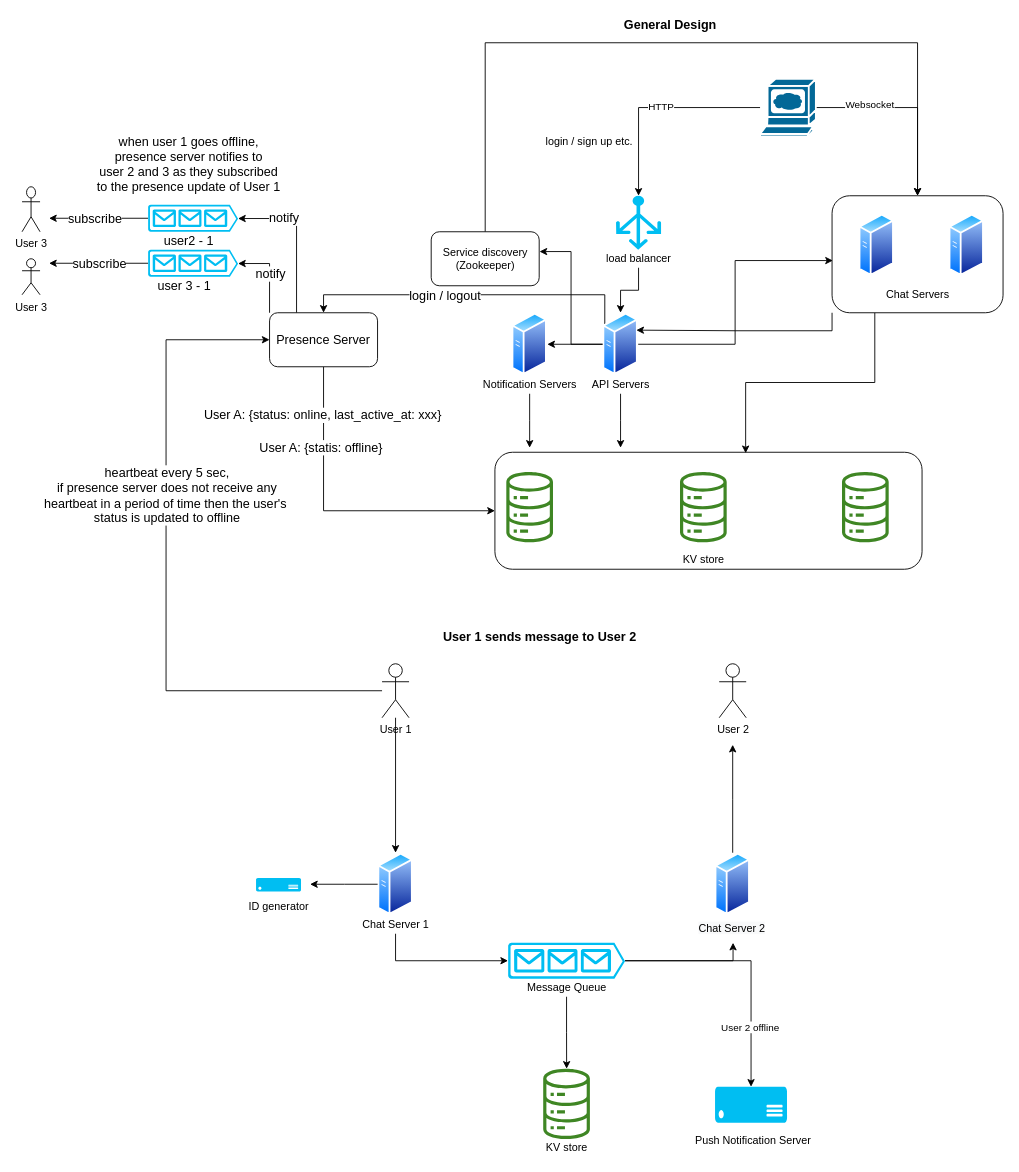
Above: Chat Service.drawio in qiusli/system-design (draw.io), before the change. Source tidied: cells renumbered, new cells numbered last; positions are measured from the earlier drawing's top-left corner, leaving out a move shared by most shapes. Both pictures are drawn from the tidied source at 90%, with x=0, y=0 at pixel (22, 15).
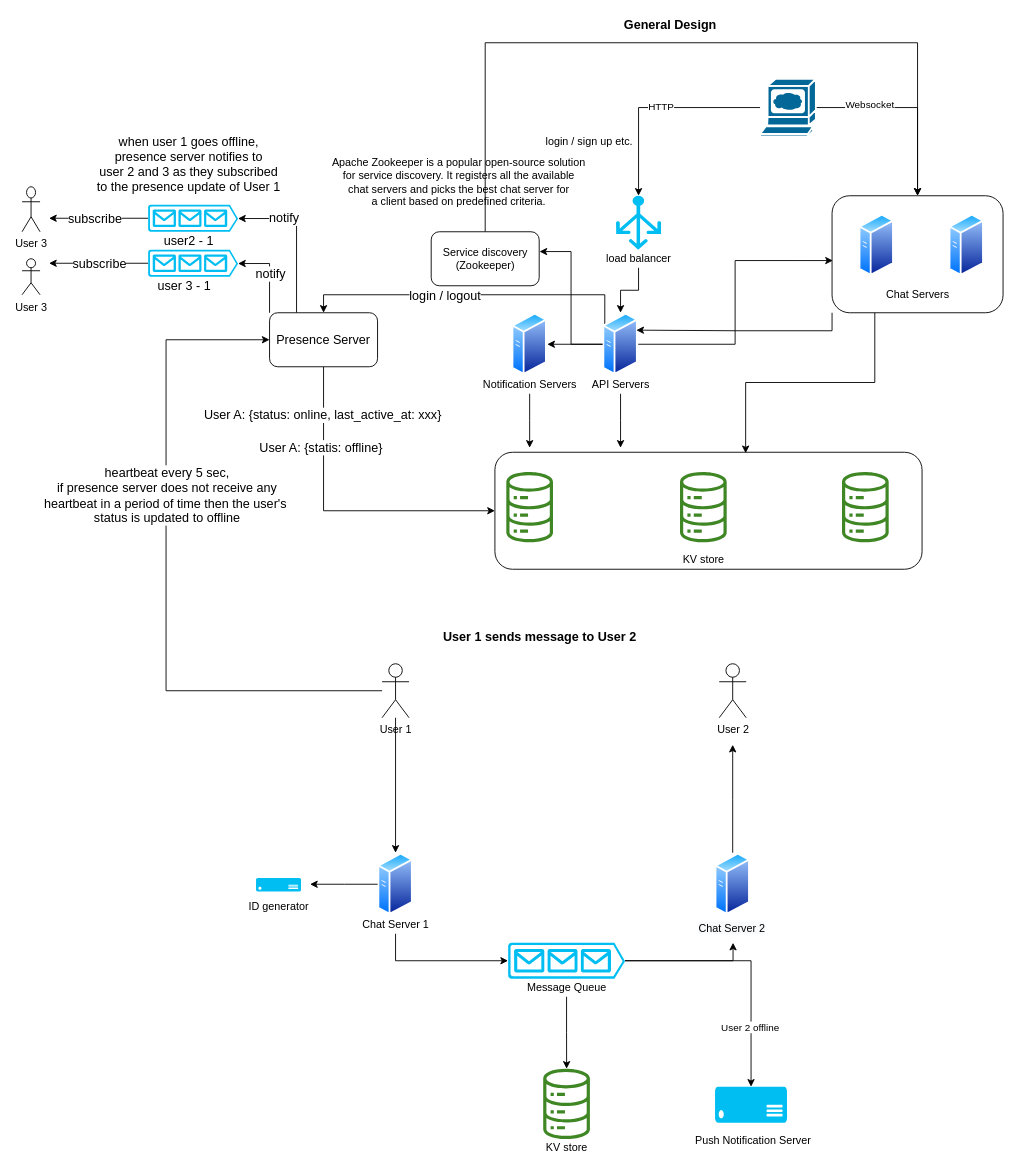
The same diagram, later.

Diff of the diagram source:
```diff
@@
+    <mxCell id="79" value="Apache Zookeeper is a popular open-source solution &lt;br&gt;for service discovery. It registers all the available &lt;br&gt;chat servers and picks the best chat server for &lt;br&gt;a client based on predefined criteria." style="text;html=1;align=center;verticalAlign=middle;strokeColor=none;fillColor=none;" parent="1" vertex="1">
+      <mxGeometry x="334.6" y="155" width="300" height="60" as="geometry" />
+    </mxCell>
```
